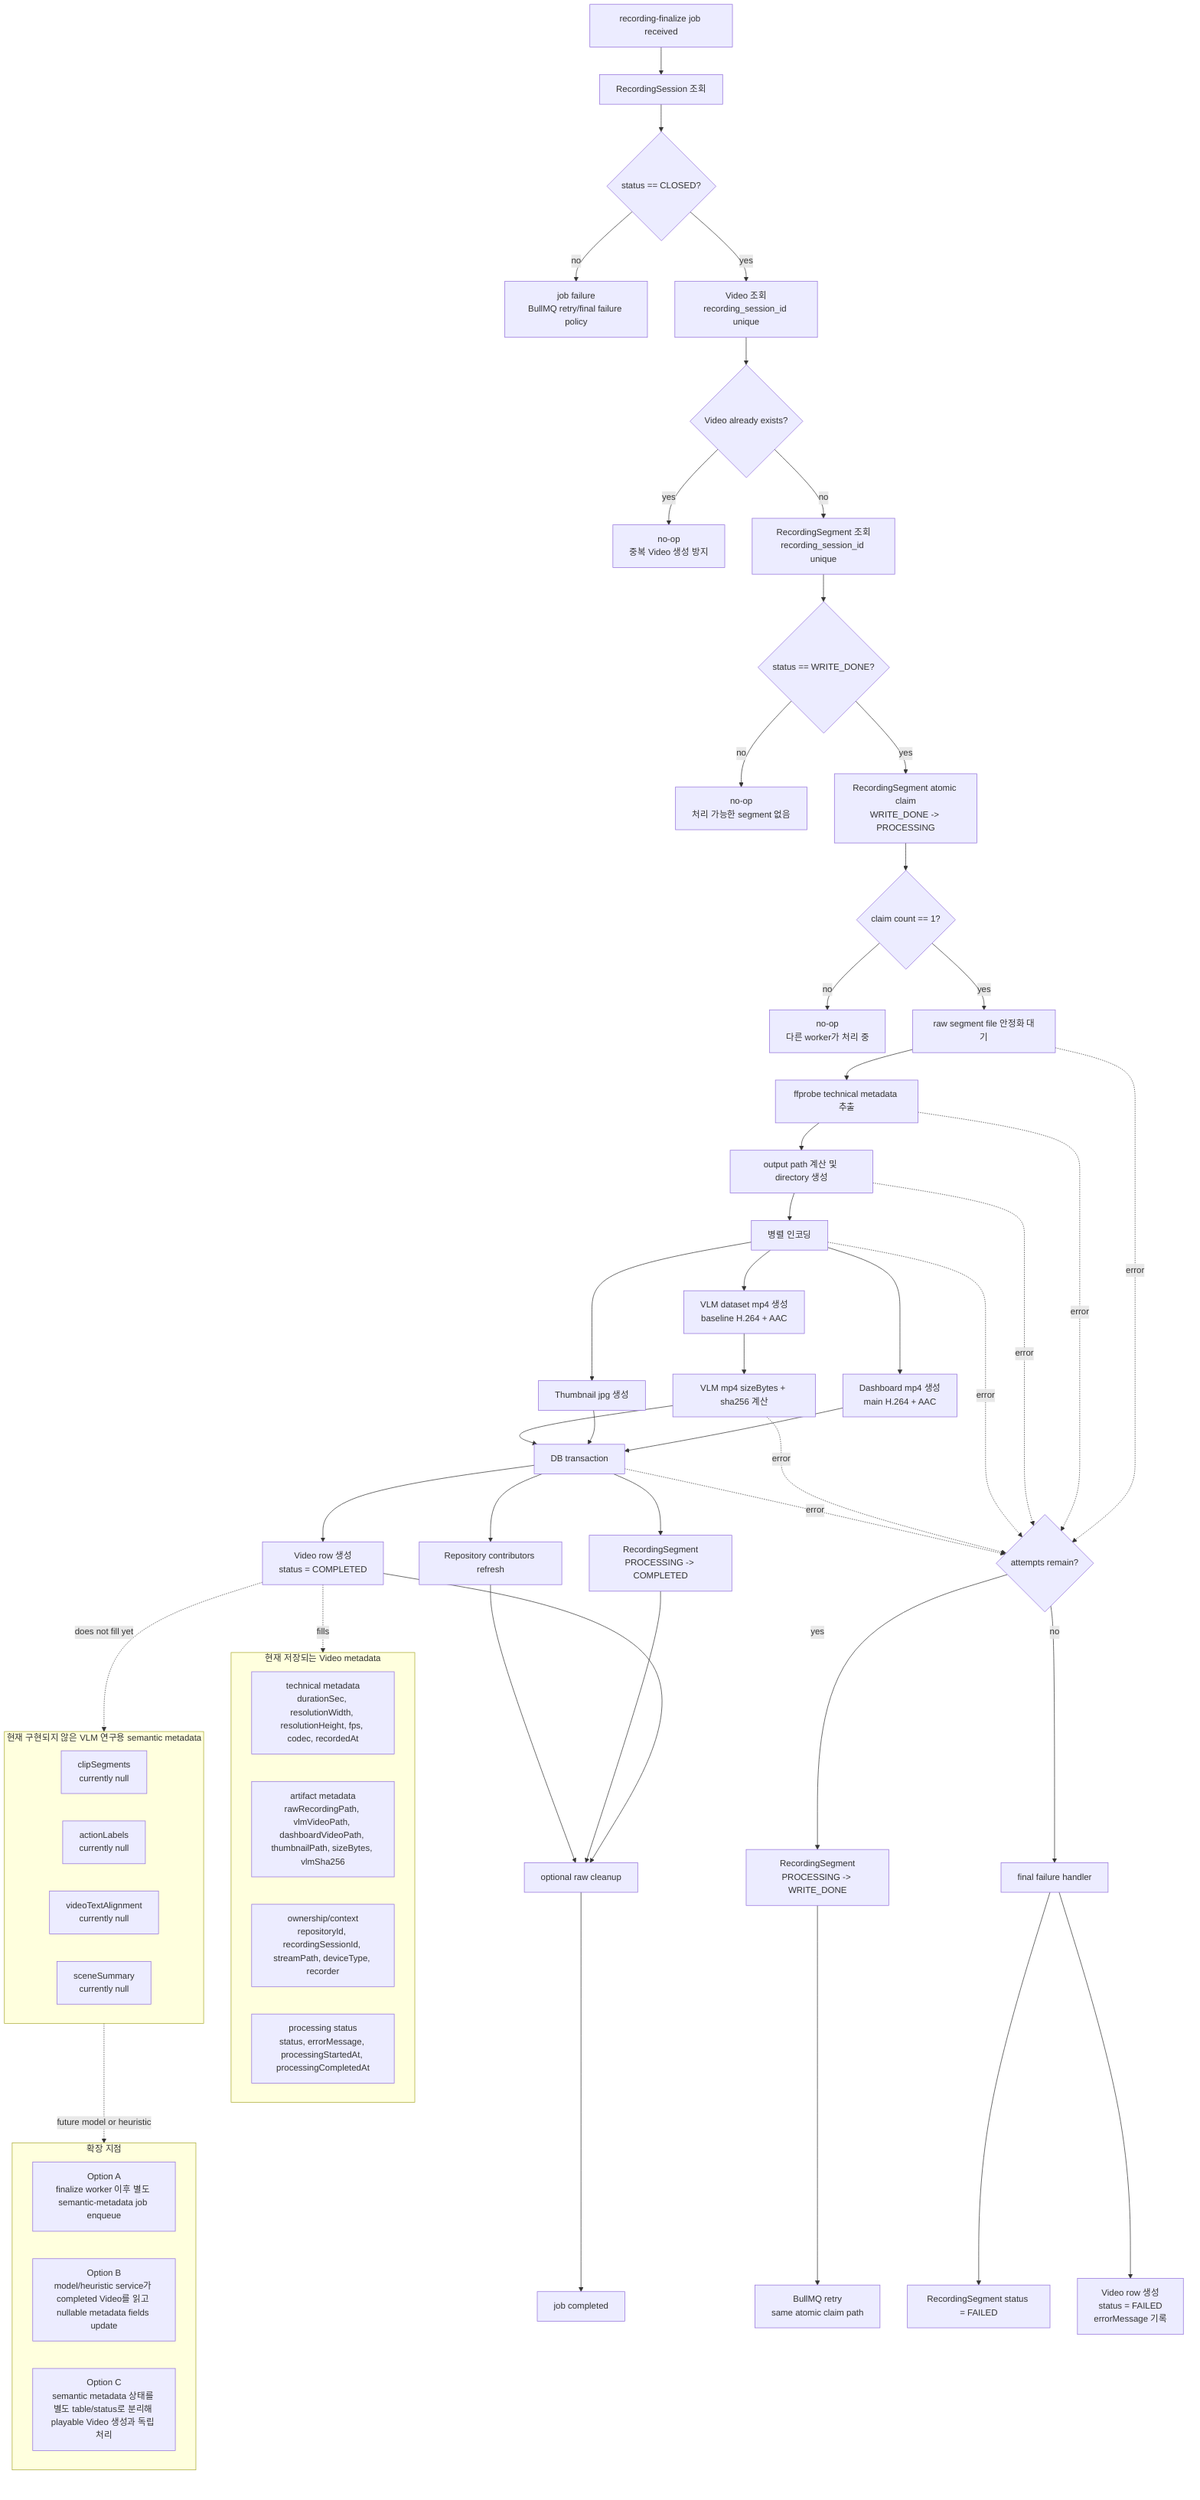
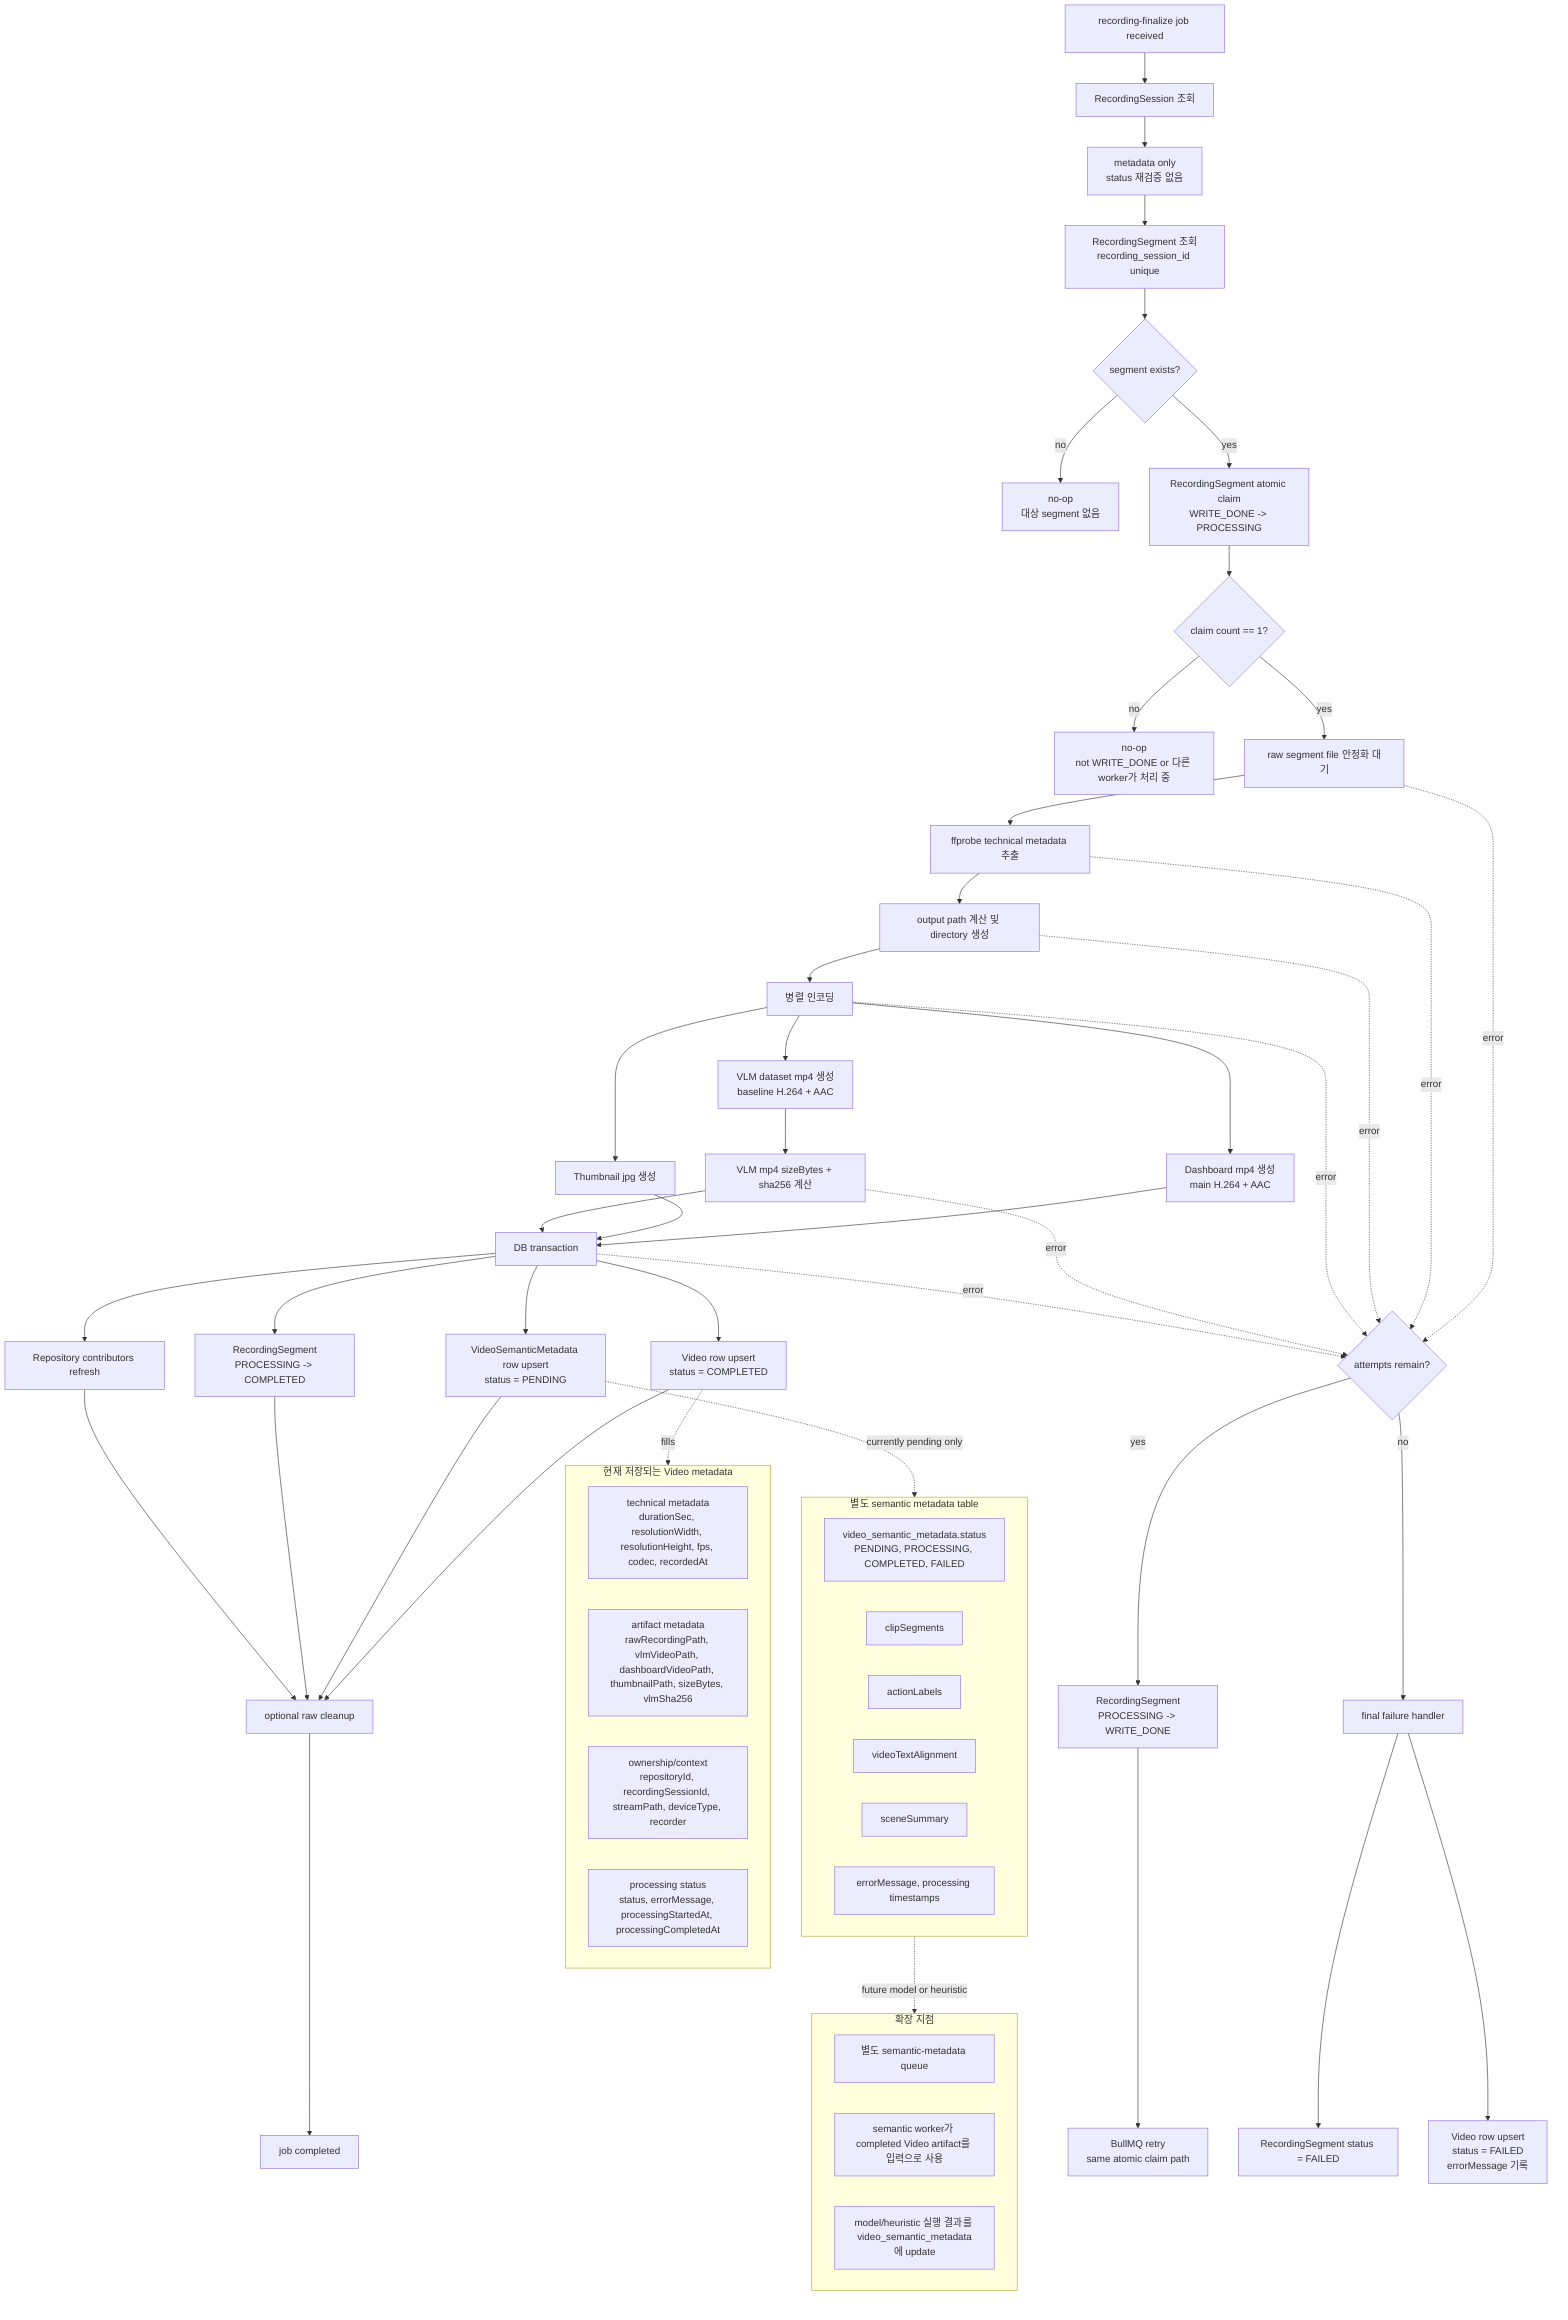
flowchart TD
  Start["recording-finalize job received"] --> SessionCheck["RecordingSession 조회"]
-   SessionCheck --> SessionClosed{"status == CLOSED?"}
-   SessionClosed -- "no" --> JobRetry["job failure<br/>BullMQ retry/final failure policy"]
-   SessionClosed -- "yes" --> ExistingVideo["Video 조회<br/>recording_session_id unique"]
+   SessionCheck --> SessionNote["metadata only<br/>status 재검증 없음"]
+   SessionNote --> SegmentLookup["RecordingSegment 조회<br/>recording_session_id unique"]

-   ExistingVideo --> VideoExists{"Video already exists?"}
-   VideoExists -- "yes" --> NoopExisting["no-op<br/>중복 Video 생성 방지"]
-   VideoExists -- "no" --> SegmentLookup["RecordingSegment 조회<br/>recording_session_id unique"]
- 
-   SegmentLookup --> SegmentReady{"status == WRITE_DONE?"}
-   SegmentReady -- "no" --> NoopSegment["no-op<br/>처리 가능한 segment 없음"]
-   SegmentReady -- "yes" --> Claim["RecordingSegment atomic claim<br/>WRITE_DONE -> PROCESSING"]
+   SegmentLookup --> SegmentExists{"segment exists?"}
+   SegmentExists -- "no" --> NoopSegment["no-op<br/>대상 segment 없음"]
+   SegmentExists -- "yes" --> Claim["RecordingSegment atomic claim<br/>WRITE_DONE -> PROCESSING"]

  Claim --> ClaimOk{"claim count == 1?"}
-   ClaimOk -- "no" --> NoopClaim["no-op<br/>다른 worker가 처리 중"]
+   ClaimOk -- "no" --> NoopClaim["no-op<br/>not WRITE_DONE or 다른 worker가 처리 중"]
  ClaimOk -- "yes" --> RawStable["raw segment file 안정화 대기"]

  RawStable --> TechnicalProbe["ffprobe technical metadata 추출"]
  TechnicalProbe --> OutputPaths["output path 계산 및 directory 생성"]
  OutputPaths --> ParallelEncode["병렬 인코딩"]

  ParallelEncode --> VlmMp4["VLM dataset mp4 생성<br/>baseline H.264 + AAC"]
  ParallelEncode --> DashboardMp4["Dashboard mp4 생성<br/>main H.264 + AAC"]
  ParallelEncode --> Thumbnail["Thumbnail jpg 생성"]

  VlmMp4 --> Digest["VLM mp4 sizeBytes + sha256 계산"]
  DashboardMp4 --> Persist
  Thumbnail --> Persist
  Digest --> Persist["DB transaction"]

-   Persist --> VideoCreate["Video row 생성<br/>status = COMPLETED"]
+   Persist --> VideoCreate["Video row upsert<br/>status = COMPLETED"]
+   Persist --> SemanticPending["VideoSemanticMetadata row upsert<br/>status = PENDING"]
  Persist --> SegmentComplete["RecordingSegment<br/>PROCESSING -> COMPLETED"]
  Persist --> Contributors["Repository contributors refresh"]
  VideoCreate --> OptionalRawCleanup["optional raw cleanup"]
+   SemanticPending --> OptionalRawCleanup
  SegmentComplete --> OptionalRawCleanup
  Contributors --> OptionalRawCleanup
  OptionalRawCleanup --> Done["job completed"]

  RawStable -. "error" .-> RetryDecision
  TechnicalProbe -. "error" .-> RetryDecision
  OutputPaths -. "error" .-> RetryDecision
  ParallelEncode -. "error" .-> RetryDecision
  Digest -. "error" .-> RetryDecision
  Persist -. "error" .-> RetryDecision

  RetryDecision{"attempts remain?"}
  RetryDecision -- "yes" --> Reset["RecordingSegment<br/>PROCESSING -> WRITE_DONE"]
  Reset --> QueueRetry["BullMQ retry<br/>same atomic claim path"]
  RetryDecision -- "no" --> FinalFailure["final failure handler"]
  FinalFailure --> SegmentFailed["RecordingSegment status = FAILED"]
-   FinalFailure --> FailedVideo["Video row 생성<br/>status = FAILED<br/>errorMessage 기록"]
+   FinalFailure --> FailedVideo["Video row upsert<br/>status = FAILED<br/>errorMessage 기록"]

  subgraph CurrentMetadata["현재 저장되는 Video metadata"]
    M1["technical metadata<br/>durationSec, resolutionWidth, resolutionHeight, fps, codec, recordedAt"]
    M2["artifact metadata<br/>rawRecordingPath, vlmVideoPath, dashboardVideoPath, thumbnailPath, sizeBytes, vlmSha256"]
    M3["ownership/context<br/>repositoryId, recordingSessionId, streamPath, deviceType, recorder"]
    M4["processing status<br/>status, errorMessage, processingStartedAt, processingCompletedAt"]
  end

-   subgraph NotImplemented["현재 구현되지 않은 VLM 연구용 semantic metadata"]
-     N1["clipSegments<br/>currently null"]
-     N2["actionLabels<br/>currently null"]
-     N3["videoTextAlignment<br/>currently null"]
-     N4["sceneSummary<br/>currently null"]
+   subgraph SemanticTable["별도 semantic metadata table"]
+     N0["video_semantic_metadata.status<br/>PENDING, PROCESSING, COMPLETED, FAILED"]
+     N1["clipSegments"]
+     N2["actionLabels"]
+     N3["videoTextAlignment"]
+     N4["sceneSummary"]
+     N5["errorMessage, processing timestamps"]
  end

  VideoCreate -. "fills" .-> CurrentMetadata
-   VideoCreate -. "does not fill yet" .-> NotImplemented
+   SemanticPending -. "currently pending only" .-> SemanticTable

  subgraph ExtensionPoint["확장 지점"]
-     E1["Option A<br/>finalize worker 이후 별도 semantic-metadata job enqueue"]
-     E2["Option B<br/>model/heuristic service가 completed Video를 읽고 nullable metadata fields update"]
-     E3["Option C<br/>semantic metadata 상태를 별도 table/status로 분리해 playable Video 생성과 독립 처리"]
+     E1["별도 semantic-metadata queue"]
+     E2["semantic worker가 completed Video artifact를 입력으로 사용"]
+     E3["model/heuristic 실행 결과를 video_semantic_metadata에 update"]
  end

-   NotImplemented -. "future model or heuristic" .-> ExtensionPoint
+   SemanticTable -. "future model or heuristic" .-> ExtensionPoint

%% 참고:
%% 이 문서는 현재 worker processing의 실제 구현 상태를 정리한다.
%% 현재 recording-finalize worker는 VLM 연구용 mp4 파일은 생성하지만,
%% VLM/semantic metadata를 생성하거나 모델을 호출하지 않는다.
%% 현재 Video.status=COMPLETED는 playable/generated artifacts 생성 완료를 의미한다.
%% semantic metadata 완성 여부를 의미하지 않는다.
%% 현재 worker가 채우는 metadata는 ffprobe 기반 technical metadata,
%% artifact path, VLM mp4 size/checksum, recorder/context, processing timestamps다.
- %% schema에는 clipSegments, actionLabels, videoTextAlignment, sceneSummary가 nullable로 열려 있지만,
- %% 현재 pipeline에서는 모두 null로 남는다.
- %% 향후 VLM model 또는 heuristic을 붙일 때는 finalize 성공 이후 별도 job으로 분리하는 편이 안전하다.
+ %% semantic metadata는 videos table이 아니라 video_semantic_metadata table에서 관리한다.
+ %% finalize 성공 시 semantic metadata row는 PENDING으로 준비되며,
+ %% clipSegments, actionLabels, videoTextAlignment, sceneSummary는 아직 null이다.
+ %% 향후 VLM model 또는 heuristic은 별도 semantic worker가 별도 transaction에서 실행한다.
%% 이유: video artifact 생성 실패와 semantic metadata 생성 실패를 같은 failure domain으로 묶지 않기 위해서다.
- %% semantic metadata가 필수 dataset contract가 되는 시점에는 별도 status/table을 추가해
- %% Video.status=COMPLETED와 semantic metadata processing 상태를 분리하는 방식을 권장한다.
+ %% semantic metadata 실패는 Video.status를 FAILED로 바꾸지 않는다.
